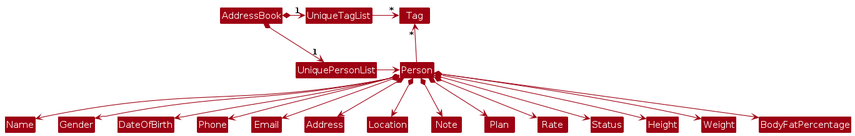
Before: diagrams/BetterModelClassDiagram.png, a diagram exported from PlantUML (AY2526S2-CS2103-F08-1a/tp). Its source is kept beside it as diagrams/BetterModelClassDiagram.puml. The source it was exported from:
```plantuml
@startuml
!include style.puml
skinparam arrowThickness 1.1
skinparam arrowColor MODEL_COLOR
skinparam classBackgroundColor MODEL_COLOR

AddressBook *-right-> "1" UniquePersonList
AddressBook *-right-> "1" UniqueTagList
UniqueTagList -[hidden]down- UniquePersonList
UniqueTagList -[hidden]down- UniquePersonList

UniqueTagList -right-> "*" Tag
UniquePersonList -right-> Person

Person -up-> "*" Tag

Person *--> Name
Person *--> Gender
Person *--> DateOfBirth
Person *--> Phone
Person *--> Email
Person *--> Address
Person *--> Location
Person *--> Note
Person *--> Plan
Person *--> Rate
Person *--> Status
Person *--> Height
Person *--> Weight
Person *--> BodyFatPercentage
@enduml
```
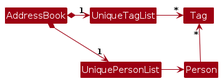
The same diagram one commit later.

The edit, as a diff of the source:
```diff
@@ -14,18 +14,33 @@
 
 Person -up-> "*" Tag
 
-Person *--> Name
-Person *--> Gender
-Person *--> DateOfBirth
-Person *--> Phone
-Person *--> Email
-Person *--> Address
-Person *--> Location
-Person *--> Note
-Person *--> Plan
-Person *--> Rate
-Person *--> Status
-Person *--> Height
-Person *--> Weight
-Person *--> BodyFatPercentage
+class Person {
+  -- Identity --
+  clientId: ClientId
+
+  -- Basic Information --
+  name: Name
+  gender: Gender
+  dateOfBirth: DateOfBirth
+
+  -- Contact Details --
+  phone: Phone
+  email: Email
+  address: Address
+  location: Location
+
+  -- Fitness Tracking --
+  height: Height
+  weight: Weight
+  bodyFatPercentage: BodyFatPercentage
+
+  -- Session & Program --
+  plan: Plan
+  rate: Rate
+  status: Status
+  note: Note
+
+  -- Tags --
+  tags: Tag[*]
+}
 @enduml
```
